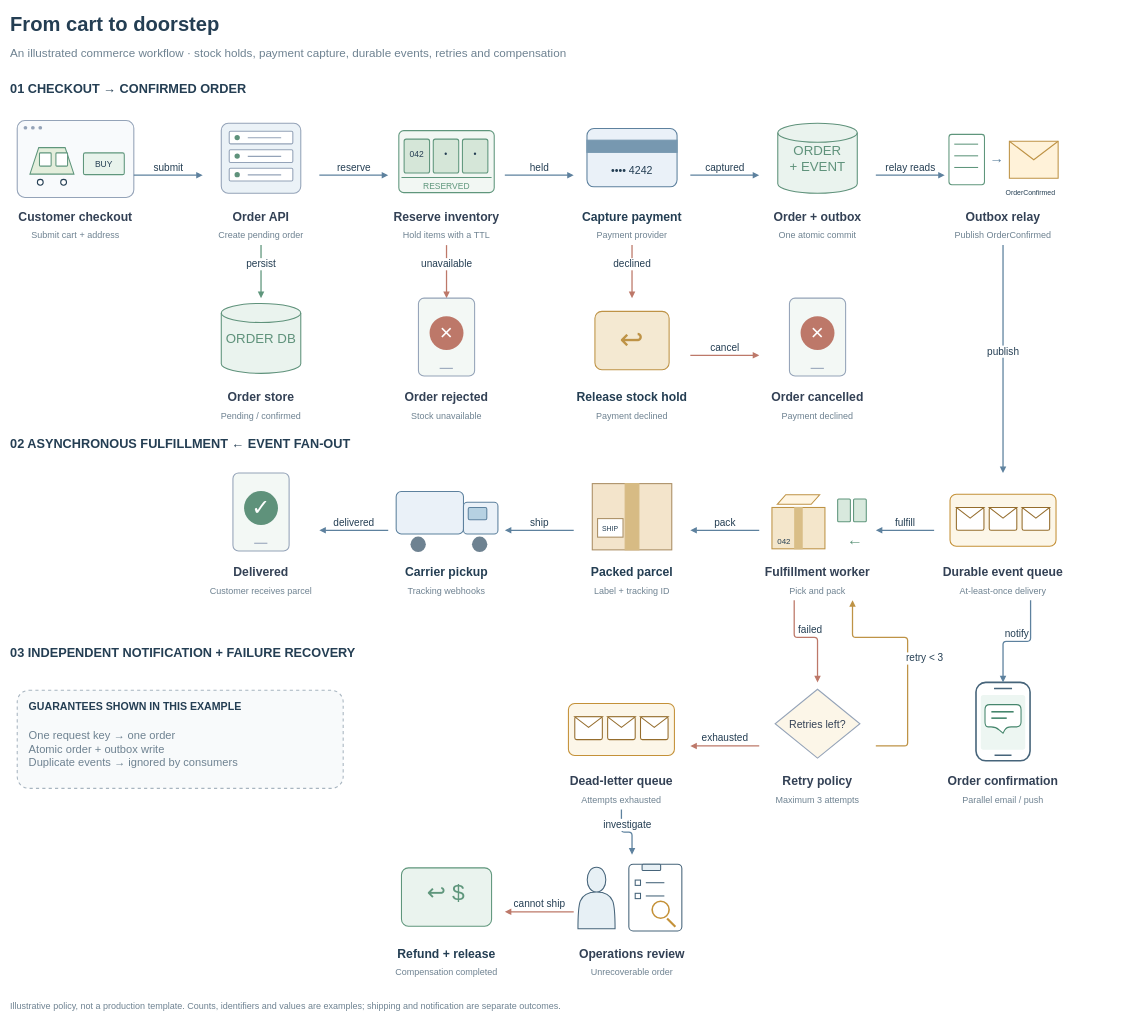
Before: page "Checkout & fulfillment" (1 of 2) of examples/ecommerce-order.drawio in henry867/drawio-visuals-skill, a draw.io diagram. Source tidied: cells renumbered, new cells numbered last; positions are measured from the earlier drawing's top-left corner, leaving out a move shared by most shapes. Both pictures are drawn from the tidied source at 53%, with x=0, y=0 at pixel (9, 9).
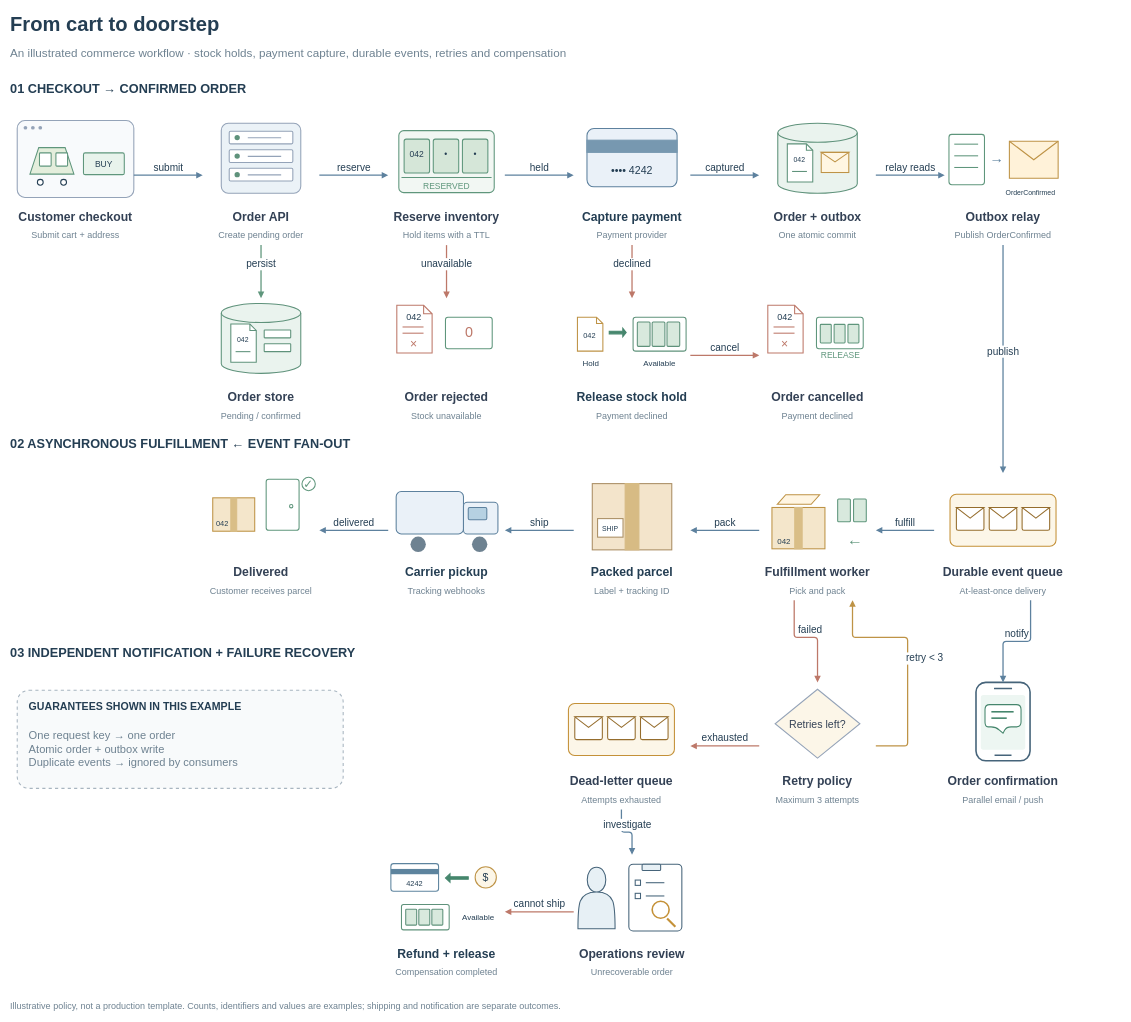
After the change.

Unchanged cells that the change refers to:
```xml
<mxCell id="35" style="html=1;whiteSpace=wrap;fontFamily=Helvetica;fontSize=20;fontColor=#334155;shape=cylinder3;size=18;fillColor=#EAF3EE;strokeColor=#5F927B;strokeWidth=2;" parent="34" vertex="1">
  <mxGeometry x="35" y="10" width="150" height="132" as="geometry" />
</mxCell>
<mxCell id="43" style="html=1;whiteSpace=wrap;fontFamily=Helvetica;fontSize=20;fontColor=#334155;shape=cylinder3;size=18;fillColor=#EAF3EE;strokeColor=#5F927B;strokeWidth=2;" parent="42" vertex="1">
  <mxGeometry x="35" y="10" width="150" height="132" as="geometry" />
</mxCell>
<mxCell id="47" style="group;" parent="1" vertex="1">
  <mxGeometry x="1415" y="545" width="220" height="240" as="geometry" />
</mxCell>
<mxCell id="53" style="html=1;whiteSpace=wrap;fontFamily=Helvetica;fontSize=22;fontColor=#243E53;group;" parent="1" vertex="1">
  <mxGeometry x="1065" y="545" width="220" height="240" as="geometry" />
</mxCell>
<mxCell id="79" style="group;" parent="1" vertex="1">
  <mxGeometry x="365" y="875" width="220" height="240" as="geometry" />
</mxCell>
<mxCell id="99" style="html=1;whiteSpace=wrap;fontFamily=Helvetica;fontSize=22;fontColor=#243E53;group;" parent="1" vertex="1">
  <mxGeometry x="715" y="1595" width="220" height="240" as="geometry" />
</mxCell>
<mxCell id="128" style="group;" parent="1" vertex="1">
  <mxGeometry x="715" y="545" width="220" height="240" as="geometry" />
</mxCell>
```

The edit, as a diff of the source:
```diff
@@
-    <mxCell id="36" value="ORDER&#10;+ EVENT" style="html=1;whiteSpace=wrap;fontFamily=Helvetica;fontSize=20;fontColor=#334155;text;fillColor=none;strokeColor=none;align=center;verticalAlign=middle;fontSize=25;fontColor=#5F927B;" parent="35" vertex="1">
-      <mxGeometry x="5" y="48" width="140" height="35" as="geometry" />
-    </mxCell>
@@
-    <mxCell id="44" value="ORDER DB" style="whiteSpace=wrap;fontFamily=Helvetica;fontSize=20;fontColor=#334155;text;fillColor=none;strokeColor=none;align=center;verticalAlign=middle;fontSize=25;fontColor=#5F927B;html=0;" parent="43" vertex="1">
-      <mxGeometry x="5" y="48" width="140" height="35" as="geometry" />
-    </mxCell>
@@
-    <mxCell id="48" style="html=1;whiteSpace=wrap;fontFamily=Helvetica;fontSize=20;fontColor=#334155;rounded=1;arcSize=10;fillColor=#F3F8F5;strokeColor=#94A3B8;strokeWidth=2;" parent="47" vertex="1">
-      <mxGeometry x="57" width="106" height="147" as="geometry" />
-    </mxCell>
-    <mxCell id="49" value="×" style="html=1;whiteSpace=wrap;fontFamily=Helvetica;fontSize=20;fontColor=#334155;ellipse;fillColor=#BD7869;strokeColor=none;fontColor=#FFFFFF;fontSize=42;" parent="48" vertex="1">
-      <mxGeometry x="21" y="34" width="64" height="64" as="geometry" />
-    </mxCell>
-    <mxCell id="50" style="html=1;whiteSpace=wrap;fontFamily=Helvetica;fontSize=20;fontColor=#334155;shape=line;strokeColor=#94A3B8;strokeWidth=2;" parent="48" vertex="1">
-      <mxGeometry x="40" y="132" width="25" height="1" as="geometry" />
-    </mxCell>
@@
-    <mxCell id="54" style="html=1;whiteSpace=wrap;fontFamily=Helvetica;fontSize=22;fontColor=#243E53;rounded=1;arcSize=12;fillColor=#F4E9D2;strokeColor=#BE9346;strokeWidth=2;" parent="53" vertex="1">
-      <mxGeometry x="40" y="25" width="140" height="110" as="geometry" />
-    </mxCell>
-    <mxCell id="55" value="↩" style="html=1;whiteSpace=wrap;fontFamily=Helvetica;fontSize=22;fontColor=#243E53;text;fillColor=none;strokeColor=none;align=center;verticalAlign=middle;fontSize=54;fontStyle=0;fontColor=#BE9346;" parent="54" vertex="1">
-      <mxGeometry x="12" y="17" width="115" height="72" as="geometry" />
-    </mxCell>
@@
-    <mxCell id="80" style="html=1;whiteSpace=wrap;fontFamily=Helvetica;fontSize=20;fontColor=#334155;rounded=1;arcSize=10;fillColor=#F3F8F5;strokeColor=#94A3B8;strokeWidth=2;" parent="79" vertex="1">
-      <mxGeometry x="57" width="106" height="147" as="geometry" />
-    </mxCell>
-    <mxCell id="81" value="✓" style="html=1;whiteSpace=wrap;fontFamily=Helvetica;fontSize=20;fontColor=#334155;ellipse;fillColor=#5F927B;strokeColor=none;fontColor=#FFFFFF;fontSize=42;" parent="80" vertex="1">
-      <mxGeometry x="21" y="34" width="64" height="64" as="geometry" />
-    </mxCell>
-    <mxCell id="82" style="html=1;whiteSpace=wrap;fontFamily=Helvetica;fontSize=20;fontColor=#334155;shape=line;strokeColor=#94A3B8;strokeWidth=2;" parent="80" vertex="1">
-      <mxGeometry x="40" y="132" width="25" height="1" as="geometry" />
-    </mxCell>
@@
-    <mxCell id="100" style="html=1;whiteSpace=wrap;fontFamily=Helvetica;fontSize=22;fontColor=#243E53;rounded=1;arcSize=12;fillColor=#EAF3EE;strokeColor=#5F967C;strokeWidth=2;" parent="99" vertex="1">
-      <mxGeometry x="25" y="25" width="170" height="110" as="geometry" />
-    </mxCell>
-    <mxCell id="101" value="↩  $" style="html=1;whiteSpace=wrap;fontFamily=Helvetica;fontSize=22;fontColor=#243E53;text;fillColor=none;strokeColor=none;align=center;verticalAlign=middle;fontSize=43;fontStyle=0;fontColor=#5F967C;" parent="100" vertex="1">
-      <mxGeometry x="8" y="8" width="152" height="78" as="geometry" />
-    </mxCell>
@@
-    <mxCell id="129" style="html=1;whiteSpace=wrap;fontFamily=Helvetica;fontSize=20;fontColor=#334155;rounded=1;arcSize=10;fillColor=#F3F8F5;strokeColor=#94A3B8;strokeWidth=2;" parent="128" vertex="1">
-      <mxGeometry x="57" width="106" height="147" as="geometry" />
-    </mxCell>
-    <mxCell id="130" value="×" style="html=1;whiteSpace=wrap;fontFamily=Helvetica;fontSize=20;fontColor=#334155;ellipse;fillColor=#BD7869;strokeColor=none;fontColor=#FFFFFF;fontSize=42;" parent="129" vertex="1">
-      <mxGeometry x="21" y="34" width="64" height="64" as="geometry" />
-    </mxCell>
-    <mxCell id="131" style="html=1;whiteSpace=wrap;fontFamily=Helvetica;fontSize=20;fontColor=#334155;shape=line;strokeColor=#94A3B8;strokeWidth=2;" parent="129" vertex="1">
-      <mxGeometry x="40" y="132" width="25" height="1" as="geometry" />
-    </mxCell>
@@
+    <mxCell id="194" style="html=1;whiteSpace=wrap;fontFamily=Helvetica;fontSize=20;fontColor=#243E53;strokeWidth=2;shape=note;size=12;fillColor=#FFFFFF;strokeColor=#5F927B;" parent="35" vertex="1">
+      <mxGeometry x="18" y="39" width="48" height="72" as="geometry" />
+    </mxCell>
+    <mxCell id="195" value="042" style="html=1;whiteSpace=wrap;fontFamily=Helvetica;fontSize=20;fontColor=#243E53;strokeWidth=2;text;strokeColor=none;fillColor=none;align=center;verticalAlign=middle;fontSize=13;" parent="194" vertex="1">
+      <mxGeometry x="3" y="19" width="40" height="20" as="geometry" />
+    </mxCell>
+    <mxCell id="196" style="html=1;whiteSpace=wrap;fontFamily=Helvetica;fontSize=20;fontColor=#243E53;strokeWidth=2;fillColor=#5F927B;strokeColor=none;" parent="194" vertex="1">
+      <mxGeometry x="9" y="51" width="28" height="2" as="geometry" />
+    </mxCell>
+    <mxCell id="197" style="html=1;whiteSpace=wrap;fontFamily=Helvetica;fontSize=20;fontColor=#243E53;strokeWidth=2;fillColor=#FFF6E2;strokeColor=#BE9346;" parent="35" vertex="1">
+      <mxGeometry x="82" y="55" width="52" height="38" as="geometry" />
+    </mxCell>
+    <mxCell id="198" style="html=1;whiteSpace=wrap;fontFamily=Helvetica;fontSize=20;fontColor=#243E53;strokeWidth=2;triangle;direction=south;fillColor=#FFF6E2;strokeColor=#BE9346;" parent="197" vertex="1">
+      <mxGeometry width="52" height="18" as="geometry" />
+    </mxCell>
+    <mxCell id="199" style="html=1;whiteSpace=wrap;fontFamily=Helvetica;fontSize=20;fontColor=#243E53;strokeWidth=2;shape=note;size=12;fillColor=#FFFFFF;strokeColor=#5F927B;" parent="43" vertex="1">
+      <mxGeometry x="18" y="39" width="48" height="72" as="geometry" />
+    </mxCell>
+    <mxCell id="200" value="042" style="html=1;whiteSpace=wrap;fontFamily=Helvetica;fontSize=20;fontColor=#243E53;strokeWidth=2;text;strokeColor=none;fillColor=none;align=center;verticalAlign=middle;fontSize=13;" parent="199" vertex="1">
+      <mxGeometry x="3" y="19" width="40" height="20" as="geometry" />
+    </mxCell>
+    <mxCell id="201" style="html=1;whiteSpace=wrap;fontFamily=Helvetica;fontSize=20;fontColor=#243E53;strokeWidth=2;fillColor=#5F927B;strokeColor=none;" parent="199" vertex="1">
+      <mxGeometry x="9" y="51" width="28" height="2" as="geometry" />
+    </mxCell>
+    <mxCell id="202" style="html=1;whiteSpace=wrap;fontFamily=Helvetica;fontSize=20;fontColor=#243E53;strokeWidth=2;rounded=1;arcSize=8;fillColor=#FFFFFF;strokeColor=#5F927B;" parent="43" vertex="1">
+      <mxGeometry x="81" y="50" width="50" height="15" as="geometry" />
+    </mxCell>
+    <mxCell id="203" style="html=1;whiteSpace=wrap;fontFamily=Helvetica;fontSize=20;fontColor=#243E53;strokeWidth=2;rounded=1;arcSize=8;fillColor=#FFFFFF;strokeColor=#5F927B;" parent="43" vertex="1">
+      <mxGeometry x="81" y="76" width="50" height="15" as="geometry" />
+    </mxCell>
+    <mxCell id="204" style="html=1;whiteSpace=wrap;fontFamily=Helvetica;fontSize=20;fontColor=#243E53;strokeWidth=2;shape=note;size=12;fillColor=#FFFFFF;strokeColor=#BE9346;" parent="53" vertex="1">
+      <mxGeometry x="7" y="36" width="48" height="64" as="geometry" />
+    </mxCell>
+    <mxCell id="205" value="042" style="html=1;whiteSpace=wrap;fontFamily=Helvetica;fontSize=20;fontColor=#243E53;strokeWidth=2;text;strokeColor=none;fillColor=none;align=center;verticalAlign=middle;fontSize=14;" parent="204" vertex="1">
+      <mxGeometry x="3" y="24" width="40" height="20" as="geometry" />
+    </mxCell>
+    <mxCell id="206" style="html=1;whiteSpace=wrap;fontFamily=Helvetica;fontSize=20;fontColor=#243E53;strokeWidth=2;shape=singleArrow;direction=east;fillColor=#46866D;strokeColor=#46866D;" parent="53" vertex="1">
+      <mxGeometry x="67" y="57" width="32" height="16" as="geometry" />
+    </mxCell>
+    <mxCell id="207" style="html=1;whiteSpace=wrap;fontFamily=Helvetica;fontSize=20;fontColor=#243E53;strokeWidth=2;rounded=1;arcSize=8;fillColor=#FFFFFF;strokeColor=#5F927B;" parent="53" vertex="1">
+      <mxGeometry x="112" y="36" width="100" height="64" as="geometry" />
+    </mxCell>
+    <mxCell id="208" style="html=1;whiteSpace=wrap;fontFamily=Helvetica;fontSize=20;fontColor=#243E53;strokeWidth=2;rounded=1;arcSize=8;fillColor=#D8E9DD;strokeColor=#5F927B;" parent="207" vertex="1">
+      <mxGeometry x="8" y="9" width="24" height="46" as="geometry" />
+    </mxCell>
+    <mxCell id="209" style="html=1;whiteSpace=wrap;fontFamily=Helvetica;fontSize=20;fontColor=#243E53;strokeWidth=2;rounded=1;arcSize=8;fillColor=#D8E9DD;strokeColor=#5F927B;" parent="207" vertex="1">
+      <mxGeometry x="36" y="9" width="24" height="46" as="geometry" />
+    </mxCell>
+    <mxCell id="210" style="html=1;whiteSpace=wrap;fontFamily=Helvetica;fontSize=20;fontColor=#243E53;strokeWidth=2;rounded=1;arcSize=8;fillColor=#D8E9DD;strokeColor=#5F927B;" parent="207" vertex="1">
+      <mxGeometry x="64" y="9" width="24" height="46" as="geometry" />
+    </mxCell>
+    <mxCell id="211" value="Hold" style="html=1;whiteSpace=wrap;fontFamily=Helvetica;fontSize=20;fontColor=#243E53;strokeWidth=2;text;strokeColor=none;fillColor=none;align=center;verticalAlign=middle;fontSize=15;" parent="53" vertex="1">
+      <mxGeometry y="110" width="65" height="23" as="geometry" />
+    </mxCell>
+    <mxCell id="212" value="Available" style="html=1;whiteSpace=wrap;fontFamily=Helvetica;fontSize=20;fontColor=#243E53;strokeWidth=2;text;strokeColor=none;fillColor=none;align=center;verticalAlign=middle;fontSize=15;" parent="53" vertex="1">
+      <mxGeometry x="108" y="110" width="108" height="23" as="geometry" />
+    </mxCell>
+    <mxCell id="213" style="html=1;whiteSpace=wrap;fontFamily=Helvetica;fontSize=20;fontColor=#243E53;strokeWidth=2;rounded=1;arcSize=10;fillColor=#FFFFFF;strokeColor=#5D849E;" parent="99" vertex="1">
+      <mxGeometry x="5" y="17" width="90" height="52" as="geometry" />
+    </mxCell>
+    <mxCell id="214" style="html=1;whiteSpace=wrap;fontFamily=Helvetica;fontSize=20;fontColor=#243E53;strokeWidth=2;fillColor=#5D849E;strokeColor=none;" parent="213" vertex="1">
+      <mxGeometry y="10" width="90" height="10" as="geometry" />
+    </mxCell>
+    <mxCell id="215" value="4242" style="html=1;whiteSpace=wrap;fontFamily=Helvetica;fontSize=20;fontColor=#243E53;strokeWidth=2;text;strokeColor=none;fillColor=none;align=center;verticalAlign=middle;fontSize=14;" parent="213" vertex="1">
+      <mxGeometry x="5" y="29" width="80" height="18" as="geometry" />
+    </mxCell>
+    <mxCell id="216" value="$" style="html=1;whiteSpace=wrap;fontFamily=Helvetica;fontSize=20;fontColor=#243E53;strokeWidth=2;ellipse;fillColor=#FCF6E8;strokeColor=#BE9346;" parent="99" vertex="1">
+      <mxGeometry x="164" y="23" width="40" height="40" as="geometry" />
+    </mxCell>
+    <mxCell id="217" style="html=1;whiteSpace=wrap;fontFamily=Helvetica;fontSize=20;fontColor=#243E53;strokeWidth=2;shape=singleArrow;direction=west;fillColor=#46866D;strokeColor=#46866D;" parent="99" vertex="1">
+      <mxGeometry x="108" y="36" width="43" height="16" as="geometry" />
+    </mxCell>
+    <mxCell id="218" style="html=1;whiteSpace=wrap;fontFamily=Helvetica;fontSize=20;fontColor=#243E53;strokeWidth=2;rounded=1;arcSize=8;fillColor=#FFFFFF;strokeColor=#5F927B;" parent="99" vertex="1">
+      <mxGeometry x="25" y="94" width="90" height="48" as="geometry" />
+    </mxCell>
+    <mxCell id="219" style="html=1;whiteSpace=wrap;fontFamily=Helvetica;fontSize=20;fontColor=#243E53;strokeWidth=2;rounded=1;arcSize=8;fillColor=#D8E9DD;strokeColor=#5F927B;" parent="218" vertex="1">
+      <mxGeometry x="8" y="9" width="20.7" height="30" as="geometry" />
+    </mxCell>
+    <mxCell id="220" style="html=1;whiteSpace=wrap;fontFamily=Helvetica;fontSize=20;fontColor=#243E53;strokeWidth=2;rounded=1;arcSize=8;fillColor=#D8E9DD;strokeColor=#5F927B;" parent="218" vertex="1">
+      <mxGeometry x="32.7" y="9" width="20.7" height="30" as="geometry" />
+    </mxCell>
+    <mxCell id="221" style="html=1;whiteSpace=wrap;fontFamily=Helvetica;fontSize=20;fontColor=#243E53;strokeWidth=2;rounded=1;arcSize=8;fillColor=#D8E9DD;strokeColor=#5F927B;" parent="218" vertex="1">
+      <mxGeometry x="57.3" y="9" width="20.7" height="30" as="geometry" />
+    </mxCell>
+    <mxCell id="222" value="Available" style="html=1;whiteSpace=wrap;fontFamily=Helvetica;fontSize=20;fontColor=#243E53;strokeWidth=2;text;strokeColor=none;fillColor=none;align=center;verticalAlign=middle;fontSize=15;" parent="99" vertex="1">
+      <mxGeometry x="125" y="100" width="90" height="35" as="geometry" />
+    </mxCell>
+    <mxCell id="223" style="html=1;whiteSpace=wrap;fontFamily=Helvetica;fontSize=16;fontColor=#243E53;strokeWidth=2;rounded=1;arcSize=8;strokeColor=#5F967C;fillColor=#FFFFFF;" parent="79" vertex="1">
+      <mxGeometry x="119.7" y="11.7" width="62.1" height="96.3" as="geometry" />
+    </mxCell>
+    <mxCell id="224" style="html=1;whiteSpace=wrap;fontFamily=Helvetica;fontSize=16;fontColor=#243E53;strokeWidth=2;ellipse;fillColor=#FFFFFF;strokeColor=#5F967C;fontColor=#5F967C;fontSize=22;" parent="223" vertex="1">
+      <mxGeometry x="44.1" y="47.7" width="6.3" height="6.3" as="geometry" />
+    </mxCell>
+    <mxCell id="225" style="html=1;whiteSpace=wrap;fontFamily=Helvetica;fontSize=16;fontColor=#243E53;strokeWidth=2;rounded=1;arcSize=8;strokeColor=#BE9346;fillColor=#F4E6CB;rounded=0;" parent="79" vertex="1">
+      <mxGeometry x="18.9" y="46.8" width="79.2" height="63" as="geometry" />
+    </mxCell>
+    <mxCell id="226" style="html=1;whiteSpace=wrap;fontFamily=Helvetica;fontSize=16;fontColor=#243E53;strokeWidth=2;rounded=1;arcSize=8;strokeColor=#D9BE87;fillColor=#D9BE87;rounded=0;" parent="225" vertex="1">
+      <mxGeometry x="34.1" width="11.1" height="63" as="geometry" />
+    </mxCell>
+    <mxCell id="227" value="042" style="html=1;whiteSpace=wrap;fontFamily=Helvetica;fontSize=16;fontColor=#243E53;strokeWidth=2;text;strokeColor=none;fillColor=none;fontSize=15;fontColor=#243E53;fontSize=14;align=center;verticalAlign=middle;spacing=0;" parent="225" vertex="1">
+      <mxGeometry x="4.5" y="39.6" width="27.8" height="18.9" as="geometry" />
+    </mxCell>
+    <mxCell id="81" value="✓" style="html=1;whiteSpace=wrap;fontFamily=Helvetica;fontSize=16;fontColor=#243E53;strokeWidth=2;ellipse;fillColor=#FFFFFF;strokeColor=#5F967C;fontColor=#5F967C;fontSize=22;" parent="79" vertex="1">
+      <mxGeometry x="187.2" y="8.1" width="25.2" height="25.2" as="geometry" />
+    </mxCell>
+    <mxCell id="228" style="html=1;whiteSpace=wrap;fontFamily=Helvetica;fontSize=16;fontColor=#243E53;strokeWidth=2;shape=note;size=16;fillColor=#FFFFFF;strokeColor=#BD7869;" parent="128" vertex="1">
+      <mxGeometry x="16.2" y="13.5" width="66.6" height="90" as="geometry" />
+    </mxCell>
+    <mxCell id="229" value="042" style="html=1;whiteSpace=wrap;fontFamily=Helvetica;fontSize=16;fontColor=#243E53;strokeWidth=2;text;strokeColor=none;fillColor=none;fontSize=17;fontColor=#243E53;align=center;verticalAlign=middle;spacing=0;" parent="228" vertex="1">
+      <mxGeometry x="5.4" y="12.6" width="53.1" height="18.9" as="geometry" />
+    </mxCell>
+    <mxCell id="230" style="html=1;whiteSpace=wrap;fontFamily=Helvetica;fontSize=16;fontColor=#243E53;strokeWidth=2;shape=line;strokeColor=#BD7869;" parent="228" vertex="1">
+      <mxGeometry x="10.8" y="40.5" width="39.6" height="0.9" as="geometry" />
+    </mxCell>
+    <mxCell id="231" style="html=1;whiteSpace=wrap;fontFamily=Helvetica;fontSize=16;fontColor=#243E53;strokeWidth=2;shape=line;strokeColor=#BD7869;" parent="228" vertex="1">
+      <mxGeometry x="10.8" y="52.2" width="39.6" height="0.9" as="geometry" />
+    </mxCell>
+    <mxCell id="232" value="×" style="html=1;whiteSpace=wrap;fontFamily=Helvetica;fontSize=16;fontColor=#243E53;strokeWidth=2;text;strokeColor=none;fillColor=none;fontSize=23;fontColor=#BD7869;align=center;verticalAlign=middle;spacing=0;" parent="228" vertex="1">
+      <mxGeometry x="10.8" y="63" width="43.2" height="21.6" as="geometry" />
+    </mxCell>
+    <mxCell id="233" style="html=1;whiteSpace=wrap;fontFamily=Helvetica;fontSize=16;fontColor=#243E53;strokeWidth=2;rounded=1;arcSize=8;strokeColor=#5F967C;fillColor=#FFFFFF;" parent="128" vertex="1">
+      <mxGeometry x="108" y="36" width="88.2" height="59.4" as="geometry" />
+    </mxCell>
+    <mxCell id="234" value="0" style="html=1;whiteSpace=wrap;fontFamily=Helvetica;fontSize=16;fontColor=#243E53;strokeWidth=2;text;strokeColor=none;fillColor=none;fontSize=27;fontColor=#BD7869;align=center;verticalAlign=middle;spacing=0;" parent="233" vertex="1">
+      <mxGeometry x="16.2" y="13.5" width="57.6" height="31.5" as="geometry" />
+    </mxCell>
+    <mxCell id="235" style="html=1;whiteSpace=wrap;fontFamily=Helvetica;fontSize=16;fontColor=#243E53;strokeWidth=2;shape=note;size=16;fillColor=#FFFFFF;strokeColor=#BD7869;" parent="47" vertex="1">
+      <mxGeometry x="16.2" y="13.5" width="66.6" height="90" as="geometry" />
+    </mxCell>
+    <mxCell id="236" value="042" style="html=1;whiteSpace=wrap;fontFamily=Helvetica;fontSize=16;fontColor=#243E53;strokeWidth=2;text;strokeColor=none;fillColor=none;fontSize=17;fontColor=#243E53;align=center;verticalAlign=middle;spacing=0;" parent="235" vertex="1">
+      <mxGeometry x="5.4" y="12.6" width="53.1" height="18.9" as="geometry" />
+    </mxCell>
+    <mxCell id="237" style="html=1;whiteSpace=wrap;fontFamily=Helvetica;fontSize=16;fontColor=#243E53;strokeWidth=2;shape=line;strokeColor=#BD7869;" parent="235" vertex="1">
+      <mxGeometry x="10.8" y="40.5" width="39.6" height="0.9" as="geometry" />
+    </mxCell>
+    <mxCell id="238" style="html=1;whiteSpace=wrap;fontFamily=Helvetica;fontSize=16;fontColor=#243E53;strokeWidth=2;shape=line;strokeColor=#BD7869;" parent="235" vertex="1">
+      <mxGeometry x="10.8" y="52.2" width="39.6" height="0.9" as="geometry" />
+    </mxCell>
+    <mxCell id="239" value="×" style="html=1;whiteSpace=wrap;fontFamily=Helvetica;fontSize=16;fontColor=#243E53;strokeWidth=2;text;strokeColor=none;fillColor=none;fontSize=23;fontColor=#BD7869;align=center;verticalAlign=middle;spacing=0;" parent="235" vertex="1">
+      <mxGeometry x="10.8" y="63" width="43.2" height="21.6" as="geometry" />
+    </mxCell>
+    <mxCell id="240" style="html=1;whiteSpace=wrap;fontFamily=Helvetica;fontSize=16;fontColor=#243E53;strokeWidth=2;rounded=1;arcSize=8;strokeColor=#5F967C;fillColor=#FFFFFF;" parent="47" vertex="1">
+      <mxGeometry x="108" y="36" width="88.2" height="59.4" as="geometry" />
+    </mxCell>
+    <mxCell id="241" style="html=1;whiteSpace=wrap;fontFamily=Helvetica;fontSize=16;fontColor=#243E53;strokeWidth=2;rounded=1;arcSize=8;strokeColor=#5F967C;fillColor=#D8E9DD;" parent="240" vertex="1">
+      <mxGeometry x="7.2" y="13.5" width="20.7" height="35.1" as="geometry" />
+    </mxCell>
+    <mxCell id="242" style="html=1;whiteSpace=wrap;fontFamily=Helvetica;fontSize=16;fontColor=#243E53;strokeWidth=2;rounded=1;arcSize=8;strokeColor=#5F967C;fillColor=#D8E9DD;" parent="240" vertex="1">
+      <mxGeometry x="33.3" y="13.5" width="20.7" height="35.1" as="geometry" />
+    </mxCell>
+    <mxCell id="243" style="html=1;whiteSpace=wrap;fontFamily=Helvetica;fontSize=16;fontColor=#243E53;strokeWidth=2;rounded=1;arcSize=8;strokeColor=#5F967C;fillColor=#D8E9DD;" parent="240" vertex="1">
+      <mxGeometry x="59.4" y="13.5" width="20.7" height="35.1" as="geometry" />
+    </mxCell>
+    <mxCell id="244" value="RELEASE" style="html=1;whiteSpace=wrap;fontFamily=Helvetica;fontSize=16;fontColor=#243E53;strokeWidth=2;text;strokeColor=none;fillColor=none;fontSize=16;fontColor=#5F967C;align=center;verticalAlign=middle;spacing=0;" parent="47" vertex="1">
+      <mxGeometry x="103.5" y="97.2" width="99" height="21.6" as="geometry" />
+    </mxCell>
```
